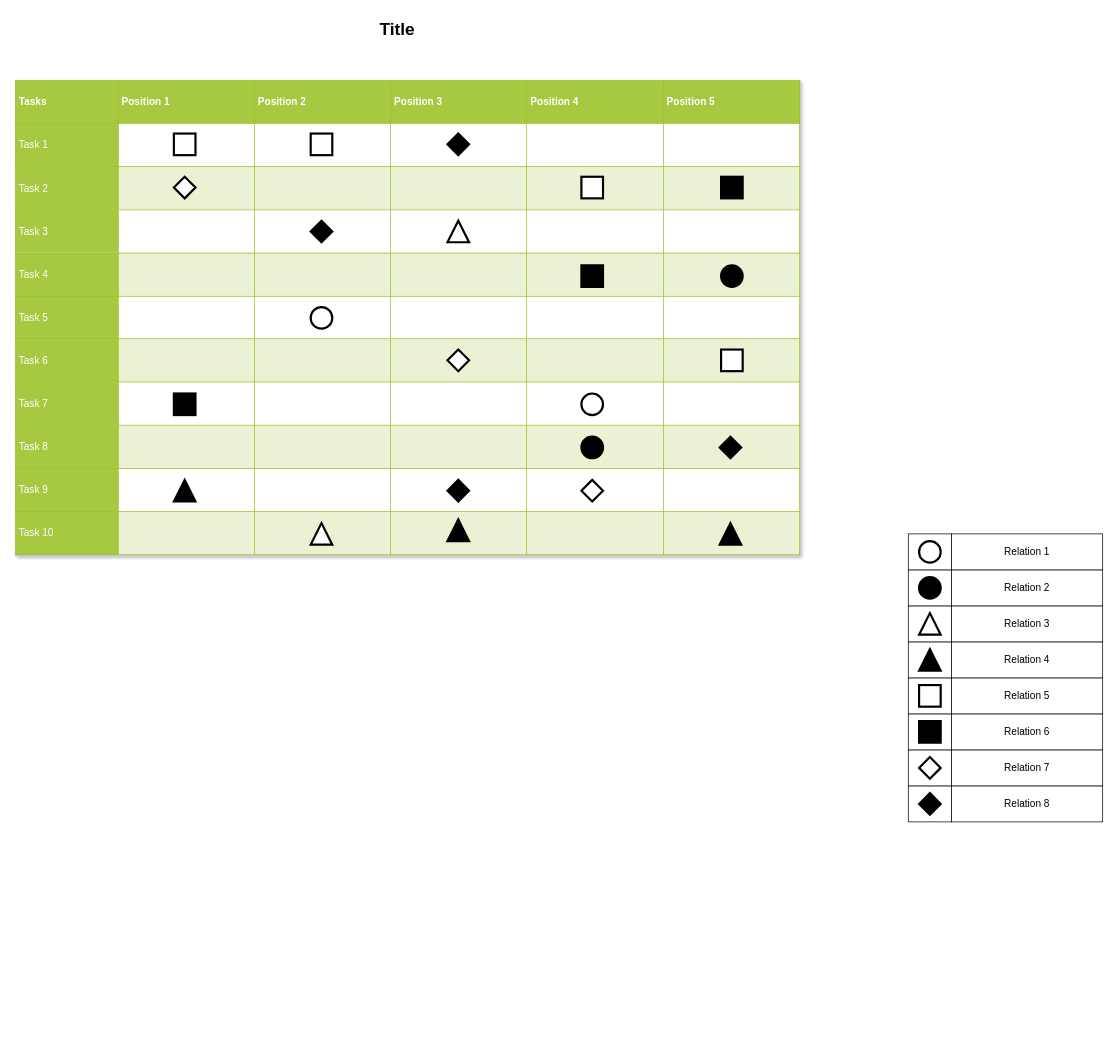
accidentlywoo/TIL keeps this draw.io diagram as JavaStudy-WhiteShip/Untitled Diagram.drawio. Above is the earlier version. Source tidied: cells renumbered, new cells numbered last; positions are measured from the earlier drawing's top-left corner, leaving out a move shared by most shapes. Both pictures are drawn from the tidied source at 72%, with x=0, y=0 at pixel (15, 15).
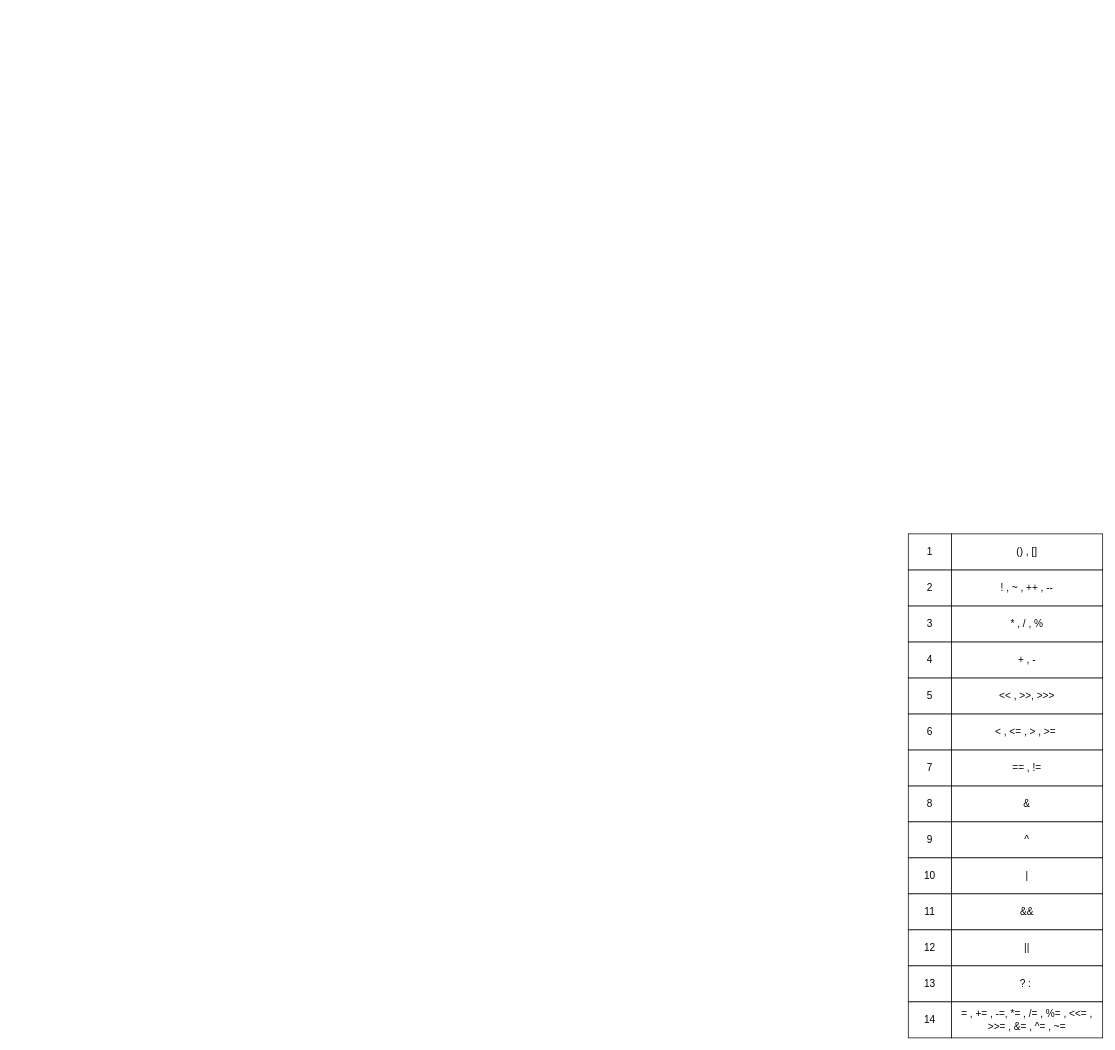
Above is the later version.

The edit, as a diff of the source:
```diff
@@
-    <mxCell id="2" style="whiteSpace=wrap;html=1;rounded=0;shadow=0;strokeWidth=1;fontSize=14;" parent="1" vertex="1">
+    <mxCell id="2" value="8" style="whiteSpace=wrap;html=1;rounded=0;shadow=0;strokeWidth=1;fontSize=14;" parent="1" vertex="1">
       <mxGeometry x="1240" y="1070" width="60" height="50" as="geometry" />
     </mxCell>
-    <mxCell id="3" value="Relation 8" style="whiteSpace=wrap;html=1;rounded=0;shadow=0;strokeWidth=1;fontSize=14;" parent="1" vertex="1">
+    <mxCell id="3" value="&amp;amp;" style="whiteSpace=wrap;html=1;rounded=0;shadow=0;strokeWidth=1;fontSize=14;" parent="1" vertex="1">
       <mxGeometry x="1300" y="1070" width="210" height="50" as="geometry" />
     </mxCell>
-    <mxCell id="4" style="rhombus;whiteSpace=wrap;html=1;rounded=0;shadow=0;strokeWidth=3;fillColor=#000000;fontSize=14;" parent="1" vertex="1">
-      <mxGeometry x="1255" y="1080" width="30" height="30" as="geometry" />
-    </mxCell>
-    <mxCell id="5" style="whiteSpace=wrap;html=1;rounded=0;shadow=0;strokeWidth=1;fontSize=14;" parent="1" vertex="1">
+    <mxCell id="5" value="7" style="whiteSpace=wrap;html=1;rounded=0;shadow=0;strokeWidth=1;fontSize=14;" parent="1" vertex="1">
       <mxGeometry x="1240" y="1020" width="60" height="50" as="geometry" />
     </mxCell>
-    <mxCell id="6" value="Relation 7" style="whiteSpace=wrap;html=1;rounded=0;shadow=0;strokeWidth=1;fontSize=14;" parent="1" vertex="1">
+    <mxCell id="6" value="== , !=" style="whiteSpace=wrap;html=1;rounded=0;shadow=0;strokeWidth=1;fontSize=14;" parent="1" vertex="1">
       <mxGeometry x="1300" y="1020" width="210" height="50" as="geometry" />
     </mxCell>
-    <mxCell id="7" style="whiteSpace=wrap;html=1;rounded=0;shadow=0;strokeWidth=1;fontSize=14;" parent="1" vertex="1">
+    <mxCell id="7" value="6" style="whiteSpace=wrap;html=1;rounded=0;shadow=0;strokeWidth=1;fontSize=14;" parent="1" vertex="1">
       <mxGeometry x="1240" y="970" width="60" height="50" as="geometry" />
     </mxCell>
-    <mxCell id="8" value="Relation 6" style="whiteSpace=wrap;html=1;rounded=0;shadow=0;strokeWidth=1;fontSize=14;" parent="1" vertex="1">
+    <mxCell id="8" value="&amp;lt; , &amp;lt;= , &amp;gt; , &amp;gt;=&amp;nbsp;" style="whiteSpace=wrap;html=1;rounded=0;shadow=0;strokeWidth=1;fontSize=14;" parent="1" vertex="1">
       <mxGeometry x="1300" y="970" width="210" height="50" as="geometry" />
     </mxCell>
-    <mxCell id="9" style="whiteSpace=wrap;html=1;rounded=0;shadow=0;strokeWidth=1;fontSize=14;" parent="1" vertex="1">
+    <mxCell id="9" value="5" style="whiteSpace=wrap;html=1;rounded=0;shadow=0;strokeWidth=1;fontSize=14;" parent="1" vertex="1">
       <mxGeometry x="1240" y="920" width="60" height="50" as="geometry" />
     </mxCell>
-    <mxCell id="10" value="Relation 5" style="whiteSpace=wrap;html=1;rounded=0;shadow=0;strokeWidth=1;fontSize=14;" parent="1" vertex="1">
+    <mxCell id="10" value="&amp;lt;&amp;lt; , &amp;gt;&amp;gt;, &amp;gt;&amp;gt;&amp;gt;" style="whiteSpace=wrap;html=1;rounded=0;shadow=0;strokeWidth=1;fontSize=14;" parent="1" vertex="1">
       <mxGeometry x="1300" y="920" width="210" height="50" as="geometry" />
     </mxCell>
-    <mxCell id="11" style="whiteSpace=wrap;html=1;rounded=0;shadow=0;strokeWidth=1;fontSize=14;" parent="1" vertex="1">
+    <mxCell id="11" value="4" style="whiteSpace=wrap;html=1;rounded=0;shadow=0;strokeWidth=1;fontSize=14;" parent="1" vertex="1">
       <mxGeometry x="1240" y="870" width="60" height="50" as="geometry" />
     </mxCell>
-    <mxCell id="12" value="Relation 4" style="whiteSpace=wrap;html=1;rounded=0;shadow=0;strokeWidth=1;fontSize=14;" parent="1" vertex="1">
+    <mxCell id="12" value="+ , -" style="whiteSpace=wrap;html=1;rounded=0;shadow=0;strokeWidth=1;fontSize=14;" parent="1" vertex="1">
       <mxGeometry x="1300" y="870" width="210" height="50" as="geometry" />
     </mxCell>
-    <mxCell id="13" style="whiteSpace=wrap;html=1;rounded=0;shadow=0;strokeWidth=1;fontSize=14;" parent="1" vertex="1">
+    <mxCell id="13" value="3" style="whiteSpace=wrap;html=1;rounded=0;shadow=0;strokeWidth=1;fontSize=14;" parent="1" vertex="1">
       <mxGeometry x="1240" y="820" width="60" height="50" as="geometry" />
     </mxCell>
-    <mxCell id="14" value="Relation 3" style="whiteSpace=wrap;html=1;rounded=0;shadow=0;strokeWidth=1;fontSize=14;" parent="1" vertex="1">
+    <mxCell id="14" value="* , / , %" style="whiteSpace=wrap;html=1;rounded=0;shadow=0;strokeWidth=1;fontSize=14;" parent="1" vertex="1">
       <mxGeometry x="1300" y="820" width="210" height="50" as="geometry" />
     </mxCell>
-    <mxCell id="15" style="whiteSpace=wrap;html=1;rounded=0;shadow=0;strokeWidth=1;fontSize=14;" parent="1" vertex="1">
+    <mxCell id="15" value="2" style="whiteSpace=wrap;html=1;rounded=0;shadow=0;strokeWidth=1;fontSize=14;" parent="1" vertex="1">
       <mxGeometry x="1240" y="770" width="60" height="50" as="geometry" />
     </mxCell>
-    <mxCell id="16" value="Relation 2" style="whiteSpace=wrap;html=1;rounded=0;shadow=0;strokeWidth=1;fontSize=14;" parent="1" vertex="1">
+    <mxCell id="16" value="! , ~ , ++ , --" style="whiteSpace=wrap;html=1;rounded=0;shadow=0;strokeWidth=1;fontSize=14;" parent="1" vertex="1">
       <mxGeometry x="1300" y="770" width="210" height="50" as="geometry" />
     </mxCell>
-    <mxCell id="17" style="whiteSpace=wrap;html=1;rounded=0;shadow=0;strokeWidth=1;fontSize=14;" parent="1" vertex="1">
+    <mxCell id="17" value="1" style="whiteSpace=wrap;html=1;rounded=0;shadow=0;strokeWidth=1;fontSize=14;" parent="1" vertex="1">
       <mxGeometry x="1240" y="720" width="60" height="50" as="geometry" />
     </mxCell>
-    <mxCell id="18" value="Relation 1" style="whiteSpace=wrap;html=1;rounded=0;shadow=0;strokeWidth=1;fontSize=14;" parent="1" vertex="1">
+    <mxCell id="18" value="() , []" style="whiteSpace=wrap;html=1;rounded=0;shadow=0;strokeWidth=1;fontSize=14;" parent="1" vertex="1">
       <mxGeometry x="1300" y="720" width="210" height="50" as="geometry" />
     </mxCell>
-    <mxCell id="19" value="&lt;table border=&quot;1&quot; width=&quot;100%&quot; cellpadding=&quot;4&quot; style=&quot;width: 100% ; height: 100% ; border-collapse: collapse&quot;&gt;&lt;tbody&gt;&lt;tr style=&quot;background-color: #a7c942 ; color: #ffffff ; border: 1px solid #98bf21&quot;&gt;&lt;th&gt;Tasks&lt;/th&gt;&lt;th&gt;Position 1&lt;/th&gt;&lt;th&gt;Position 2&lt;/th&gt;&lt;th&gt;Position 3&lt;/th&gt;&lt;th&gt;Position 4&lt;/th&gt;&lt;th&gt;Position 5&lt;/th&gt;&lt;/tr&gt;&lt;tr style=&quot;border: 1px solid #98bf21&quot;&gt;&lt;td style=&quot;background-color: #a7c942 ; color: #ffffff ; border: 1px solid #98bf21&quot;&gt;Task 1&lt;/td&gt;&lt;td&gt;&lt;/td&gt;&lt;td&gt;&lt;/td&gt;&lt;td&gt;&lt;br&gt;&lt;/td&gt;&lt;td&gt;&lt;br&gt;&lt;/td&gt;&lt;td&gt;&lt;br&gt;&lt;/td&gt;&lt;/tr&gt;&lt;tr style=&quot;background-color: #eaf2d3 ; border: 1px solid #98bf21&quot;&gt;&lt;td style=&quot;background-color: #a7c942 ; color: #ffffff ; border: 1px solid #98bf21&quot;&gt;Task 2&lt;/td&gt;&lt;td&gt;&lt;/td&gt;&lt;td&gt;&lt;/td&gt;&lt;td&gt;&lt;br&gt;&lt;/td&gt;&lt;td&gt;&lt;br&gt;&lt;/td&gt;&lt;td&gt;&lt;br&gt;&lt;/td&gt;&lt;/tr&gt;&lt;tr style=&quot;border: 1px solid #98bf21&quot;&gt;&lt;td style=&quot;background-color: #a7c942 ; color: #ffffff ; border: 1px solid #98bf21&quot;&gt;Task 3&lt;/td&gt;&lt;td&gt;&lt;/td&gt;&lt;td&gt;&lt;/td&gt;&lt;td&gt;&lt;br&gt;&lt;/td&gt;&lt;td&gt;&lt;br&gt;&lt;/td&gt;&lt;td&gt;&lt;br&gt;&lt;/td&gt;&lt;/tr&gt;&lt;tr style=&quot;background-color: #eaf2d3 ; border: 1px solid #98bf21&quot;&gt;&lt;td style=&quot;background-color: #a7c942 ; color: #ffffff ; border: 1px solid #98bf21&quot;&gt;Task 4&lt;/td&gt;&lt;td&gt;&lt;/td&gt;&lt;td&gt;&lt;/td&gt;&lt;td&gt;&lt;br&gt;&lt;/td&gt;&lt;td&gt;&lt;br&gt;&lt;/td&gt;&lt;td&gt;&lt;br&gt;&lt;/td&gt;&lt;/tr&gt;&lt;tr style=&quot;border: 1px solid #98bf21&quot;&gt;&lt;td style=&quot;background-color: #a7c942 ; color: #ffffff ; border: 1px solid #98bf21&quot;&gt;Task 5&lt;br&gt;&lt;/td&gt;&lt;td&gt;&lt;br&gt;&lt;/td&gt;&lt;td&gt;&lt;br&gt;&lt;/td&gt;&lt;td&gt;&lt;br&gt;&lt;/td&gt;&lt;td&gt;&lt;br&gt;&lt;/td&gt;&lt;td&gt;&lt;br&gt;&lt;/td&gt;&lt;/tr&gt;&lt;tr style=&quot;background-color: #eaf2d3 ; border: 1px solid #98bf21&quot;&gt;&lt;td style=&quot;background-color: #a7c942 ; color: #ffffff ; border: 1px solid #98bf21&quot;&gt;Task 6&lt;br&gt;&lt;/td&gt;&lt;td&gt;&lt;br&gt;&lt;/td&gt;&lt;td&gt;&lt;br&gt;&lt;/td&gt;&lt;td&gt;&lt;br&gt;&lt;/td&gt;&lt;td&gt;&lt;br&gt;&lt;/td&gt;&lt;td&gt;&lt;br&gt;&lt;/td&gt;&lt;/tr&gt;&lt;tr style=&quot;border: 1px solid #98bf21&quot;&gt;&lt;td style=&quot;background-color: #a7c942 ; color: #ffffff ; border: 1px solid #98bf21&quot;&gt;Task 7&lt;br&gt;&lt;/td&gt;&lt;td&gt;&lt;br&gt;&lt;/td&gt;&lt;td&gt;&lt;br&gt;&lt;/td&gt;&lt;td&gt;&lt;br&gt;&lt;/td&gt;&lt;td&gt;&lt;br&gt;&lt;/td&gt;&lt;td&gt;&lt;br&gt;&lt;/td&gt;&lt;/tr&gt;&lt;tr style=&quot;background-color: #eaf2d3 ; border: 1px solid #98bf21&quot;&gt;&lt;td style=&quot;background-color: #a7c942 ; color: #ffffff ; border: 1px solid #98bf21&quot;&gt;Task 8&lt;br&gt;&lt;/td&gt;&lt;td&gt;&lt;br&gt;&lt;/td&gt;&lt;td&gt;&lt;br&gt;&lt;/td&gt;&lt;td&gt;&lt;br&gt;&lt;/td&gt;&lt;td&gt;&lt;br&gt;&lt;/td&gt;&lt;td&gt;&lt;br&gt;&lt;/td&gt;&lt;/tr&gt;&lt;tr style=&quot;border: 1px solid #98bf21&quot;&gt;&lt;td style=&quot;background-color: #a7c942 ; color: #ffffff ; border: 1px solid #98bf21&quot;&gt;Task 9&lt;br&gt;&lt;/td&gt;&lt;td&gt;&lt;br&gt;&lt;/td&gt;&lt;td&gt;&lt;br&gt;&lt;/td&gt;&lt;td&gt;&lt;br&gt;&lt;/td&gt;&lt;td&gt;&lt;br&gt;&lt;/td&gt;&lt;td&gt;&lt;br&gt;&lt;/td&gt;&lt;/tr&gt;&lt;tr style=&quot;background-color: #eaf2d3 ; border: 1px solid #98bf21&quot;&gt;&lt;td style=&quot;background-color: #a7c942 ; color: #ffffff ; border: 1px solid #98bf21&quot;&gt;Task 10&lt;br&gt;&lt;/td&gt;&lt;td&gt;&lt;br&gt;&lt;/td&gt;&lt;td&gt;&lt;br&gt;&lt;/td&gt;&lt;td&gt;&lt;br&gt;&lt;/td&gt;&lt;td&gt;&lt;br&gt;&lt;/td&gt;&lt;td&gt;&lt;br&gt;&lt;/td&gt;&lt;/tr&gt;&lt;/tbody&gt;&lt;/table&gt;" style="text;html=1;strokeColor=#c0c0c0;fillColor=#ffffff;overflow=fill;rounded=0;shadow=1;fontSize=14;fontColor=#000000;" parent="1" vertex="1">
-      <mxGeometry y="90" width="1090" height="660" as="geometry" />
-    </mxCell>
-    <mxCell id="20" value="Title" style="text;strokeColor=none;fillColor=none;html=1;fontSize=24;fontStyle=1;verticalAlign=middle;align=center;rounded=0;shadow=1;" parent="1" vertex="1">
-      <mxGeometry x="140" width="780" height="40" as="geometry" />
-    </mxCell>
-    <mxCell id="21" style="ellipse;whiteSpace=wrap;html=1;rounded=0;shadow=0;strokeWidth=3;fontSize=14;" parent="1" vertex="1">
-      <mxGeometry x="1255" y="730" width="30" height="30" as="geometry" />
-    </mxCell>
-    <mxCell id="22" style="ellipse;whiteSpace=wrap;html=1;rounded=0;shadow=0;strokeWidth=3;fontSize=14;fillColor=#000000;" parent="1" vertex="1">
-      <mxGeometry x="1255" y="780" width="30" height="30" as="geometry" />
-    </mxCell>
-    <mxCell id="23" style="triangle;whiteSpace=wrap;html=1;rounded=0;shadow=0;strokeWidth=3;fillColor=#000000;fontSize=14;direction=north;" parent="1" vertex="1">
-      <mxGeometry x="1255" y="880" width="30" height="30" as="geometry" />
-    </mxCell>
-    <mxCell id="24" style="triangle;whiteSpace=wrap;html=1;rounded=0;shadow=0;strokeWidth=3;fontSize=14;direction=north;" parent="1" vertex="1">
-      <mxGeometry x="1255" y="830" width="30" height="30" as="geometry" />
-    </mxCell>
-    <mxCell id="25" style="whiteSpace=wrap;html=1;rounded=0;shadow=0;strokeWidth=3;fontSize=14;" parent="1" vertex="1">
-      <mxGeometry x="1255" y="930" width="30" height="30" as="geometry" />
-    </mxCell>
-    <mxCell id="26" style="whiteSpace=wrap;html=1;rounded=0;shadow=0;strokeWidth=3;fillColor=#000000;fontSize=14;" parent="1" vertex="1">
-      <mxGeometry x="1255" y="980" width="30" height="30" as="geometry" />
-    </mxCell>
-    <mxCell id="27" style="rhombus;whiteSpace=wrap;html=1;rounded=0;shadow=0;strokeWidth=3;fontSize=14;" parent="1" vertex="1">
-      <mxGeometry x="1255" y="1030" width="30" height="30" as="geometry" />
-    </mxCell>
-    <mxCell id="28" style="ellipse;whiteSpace=wrap;html=1;rounded=0;shadow=0;strokeWidth=3;fontSize=14;" parent="1" vertex="1">
-      <mxGeometry x="786" y="525" width="30" height="30" as="geometry" />
-    </mxCell>
-    <mxCell id="29" style="ellipse;whiteSpace=wrap;html=1;rounded=0;shadow=0;strokeWidth=3;fontSize=14;" parent="1" vertex="1">
-      <mxGeometry x="410" y="405" width="30" height="30" as="geometry" />
-    </mxCell>
-    <mxCell id="30" style="ellipse;whiteSpace=wrap;html=1;rounded=0;shadow=0;strokeWidth=3;fontSize=14;fillColor=#000000;" parent="1" vertex="1">
-      <mxGeometry x="980" y="347" width="30" height="30" as="geometry" />
-    </mxCell>
-    <mxCell id="31" style="ellipse;whiteSpace=wrap;html=1;rounded=0;shadow=0;strokeWidth=3;fontSize=14;fillColor=#000000;" parent="1" vertex="1">
-      <mxGeometry x="786" y="585" width="30" height="30" as="geometry" />
-    </mxCell>
-    <mxCell id="32" style="triangle;whiteSpace=wrap;html=1;rounded=0;shadow=0;strokeWidth=3;fontSize=14;direction=north;" parent="1" vertex="1">
-      <mxGeometry x="410" y="705" width="30" height="30" as="geometry" />
-    </mxCell>
-    <mxCell id="33" style="triangle;whiteSpace=wrap;html=1;rounded=0;shadow=0;strokeWidth=3;fontSize=14;direction=north;" parent="1" vertex="1">
-      <mxGeometry x="600" y="285" width="30" height="30" as="geometry" />
-    </mxCell>
-    <mxCell id="34" style="triangle;whiteSpace=wrap;html=1;rounded=0;shadow=0;strokeWidth=3;fillColor=#000000;fontSize=14;direction=north;" parent="1" vertex="1">
-      <mxGeometry x="978" y="705" width="30" height="30" as="geometry" />
-    </mxCell>
-    <mxCell id="35" style="triangle;whiteSpace=wrap;html=1;rounded=0;shadow=0;strokeWidth=3;fillColor=#000000;fontSize=14;direction=north;" parent="1" vertex="1">
-      <mxGeometry x="600" y="700" width="30" height="30" as="geometry" />
-    </mxCell>
-    <mxCell id="36" style="triangle;whiteSpace=wrap;html=1;rounded=0;shadow=0;strokeWidth=3;fillColor=#000000;fontSize=14;direction=north;" parent="1" vertex="1">
-      <mxGeometry x="220" y="645" width="30" height="30" as="geometry" />
-    </mxCell>
-    <mxCell id="37" style="whiteSpace=wrap;html=1;rounded=0;shadow=0;strokeWidth=3;fontSize=14;" parent="1" vertex="1">
-      <mxGeometry x="220" y="164" width="30" height="30" as="geometry" />
-    </mxCell>
-    <mxCell id="38" style="whiteSpace=wrap;html=1;rounded=0;shadow=0;strokeWidth=3;fontSize=14;" parent="1" vertex="1">
-      <mxGeometry x="410" y="164" width="30" height="30" as="geometry" />
-    </mxCell>
-    <mxCell id="39" style="whiteSpace=wrap;html=1;rounded=0;shadow=0;strokeWidth=3;fontSize=14;" parent="1" vertex="1">
-      <mxGeometry x="786" y="224" width="30" height="30" as="geometry" />
-    </mxCell>
-    <mxCell id="40" style="whiteSpace=wrap;html=1;rounded=0;shadow=0;strokeWidth=3;fillColor=#ffffff;fontSize=14;" parent="1" vertex="1">
-      <mxGeometry x="980" y="464" width="30" height="30" as="geometry" />
-    </mxCell>
-    <mxCell id="41" style="whiteSpace=wrap;html=1;rounded=0;shadow=0;strokeWidth=3;fillColor=#000000;fontSize=14;" parent="1" vertex="1">
-      <mxGeometry x="220" y="525" width="30" height="30" as="geometry" />
-    </mxCell>
-    <mxCell id="42" style="whiteSpace=wrap;html=1;rounded=0;shadow=0;strokeWidth=3;fillColor=#000000;fontSize=14;" parent="1" vertex="1">
-      <mxGeometry x="786" y="347" width="30" height="30" as="geometry" />
-    </mxCell>
-    <mxCell id="43" style="whiteSpace=wrap;html=1;rounded=0;shadow=0;strokeWidth=3;fillColor=#000000;fontSize=14;" parent="1" vertex="1">
-      <mxGeometry x="980" y="224" width="30" height="30" as="geometry" />
-    </mxCell>
-    <mxCell id="44" style="rhombus;whiteSpace=wrap;html=1;rounded=0;shadow=0;strokeWidth=3;fontSize=14;" parent="1" vertex="1">
-      <mxGeometry x="600" y="464" width="30" height="30" as="geometry" />
-    </mxCell>
-    <mxCell id="45" style="rhombus;whiteSpace=wrap;html=1;rounded=0;shadow=0;strokeWidth=3;fontSize=14;" parent="1" vertex="1">
-      <mxGeometry x="220" y="224" width="30" height="30" as="geometry" />
-    </mxCell>
-    <mxCell id="46" style="rhombus;whiteSpace=wrap;html=1;rounded=0;shadow=0;strokeWidth=3;fontSize=14;" parent="1" vertex="1">
-      <mxGeometry x="786" y="645" width="30" height="30" as="geometry" />
-    </mxCell>
-    <mxCell id="47" style="rhombus;whiteSpace=wrap;html=1;rounded=0;shadow=0;strokeWidth=3;fillColor=#000000;fontSize=14;" parent="1" vertex="1">
-      <mxGeometry x="978" y="585" width="30" height="30" as="geometry" />
-    </mxCell>
-    <mxCell id="48" style="rhombus;whiteSpace=wrap;html=1;rounded=0;shadow=0;strokeWidth=3;fillColor=#000000;fontSize=14;" parent="1" vertex="1">
-      <mxGeometry x="410" y="285" width="30" height="30" as="geometry" />
-    </mxCell>
-    <mxCell id="49" style="rhombus;whiteSpace=wrap;html=1;rounded=0;shadow=0;strokeWidth=3;fillColor=#000000;fontSize=14;" parent="1" vertex="1">
-      <mxGeometry x="600" y="164" width="30" height="30" as="geometry" />
-    </mxCell>
-    <mxCell id="50" style="rhombus;whiteSpace=wrap;html=1;rounded=0;shadow=0;strokeWidth=3;fillColor=#000000;fontSize=14;" parent="1" vertex="1">
-      <mxGeometry x="600" y="645" width="30" height="30" as="geometry" />
-    </mxCell>
+    <mxCell id="51" value="9" style="whiteSpace=wrap;html=1;rounded=0;shadow=0;strokeWidth=1;fontSize=14;" parent="1" vertex="1">
+      <mxGeometry x="1240" y="1120" width="60" height="50" as="geometry" />
+    </mxCell>
+    <mxCell id="52" value="^" style="whiteSpace=wrap;html=1;rounded=0;shadow=0;strokeWidth=1;fontSize=14;" parent="1" vertex="1">
+      <mxGeometry x="1300" y="1120" width="210" height="50" as="geometry" />
+    </mxCell>
+    <mxCell id="53" value="10" style="whiteSpace=wrap;html=1;rounded=0;shadow=0;strokeWidth=1;fontSize=14;" parent="1" vertex="1">
+      <mxGeometry x="1240" y="1170" width="60" height="50" as="geometry" />
+    </mxCell>
+    <mxCell id="54" value="|" style="whiteSpace=wrap;html=1;rounded=0;shadow=0;strokeWidth=1;fontSize=14;" parent="1" vertex="1">
+      <mxGeometry x="1300" y="1170" width="210" height="50" as="geometry" />
+    </mxCell>
+    <mxCell id="55" value="11" style="whiteSpace=wrap;html=1;rounded=0;shadow=0;strokeWidth=1;fontSize=14;" parent="1" vertex="1">
+      <mxGeometry x="1240" y="1220" width="60" height="50" as="geometry" />
+    </mxCell>
+    <mxCell id="56" value="&amp;amp;&amp;amp;" style="whiteSpace=wrap;html=1;rounded=0;shadow=0;strokeWidth=1;fontSize=14;" parent="1" vertex="1">
+      <mxGeometry x="1300" y="1220" width="210" height="50" as="geometry" />
+    </mxCell>
+    <mxCell id="57" value="12" style="whiteSpace=wrap;html=1;rounded=0;shadow=0;strokeWidth=1;fontSize=14;" parent="1" vertex="1">
+      <mxGeometry x="1240" y="1270" width="60" height="50" as="geometry" />
+    </mxCell>
+    <mxCell id="58" value="||" style="whiteSpace=wrap;html=1;rounded=0;shadow=0;strokeWidth=1;fontSize=14;" parent="1" vertex="1">
+      <mxGeometry x="1300" y="1270" width="210" height="50" as="geometry" />
+    </mxCell>
+    <mxCell id="59" value="13" style="whiteSpace=wrap;html=1;rounded=0;shadow=0;strokeWidth=1;fontSize=14;" parent="1" vertex="1">
+      <mxGeometry x="1240" y="1320" width="60" height="50" as="geometry" />
+    </mxCell>
+    <mxCell id="60" value="? :&amp;nbsp;" style="whiteSpace=wrap;html=1;rounded=0;shadow=0;strokeWidth=1;fontSize=14;" parent="1" vertex="1">
+      <mxGeometry x="1300" y="1320" width="210" height="50" as="geometry" />
+    </mxCell>
+    <mxCell id="61" value="14" style="whiteSpace=wrap;html=1;rounded=0;shadow=0;strokeWidth=1;fontSize=14;" parent="1" vertex="1">
+      <mxGeometry x="1240" y="1370" width="60" height="50" as="geometry" />
+    </mxCell>
+    <mxCell id="62" value="= , += , -=, *= , /= , %= , &amp;lt;&amp;lt;= , &amp;gt;&amp;gt;= , &amp;amp;= , ^= , ~=" style="whiteSpace=wrap;html=1;rounded=0;shadow=0;strokeWidth=1;fontSize=14;" parent="1" vertex="1">
+      <mxGeometry x="1300" y="1370" width="210" height="50" as="geometry" />
+    </mxCell>
```
